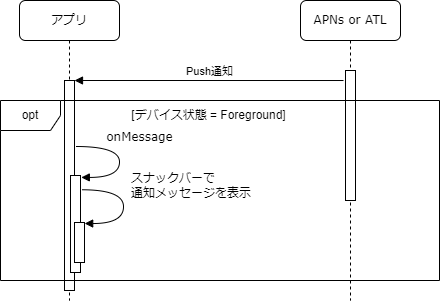
Earlier version of the draw.io export website/docs/react-native/santoku/application-architecture/push-notification/receive-push-notification.drawio.png (ws-4020/mobile-app-crib-notes). Source tidied: cells renumbered, new cells last; positions are measured from the earlier drawing's top-left corner, leaving out a move shared by most shapes.
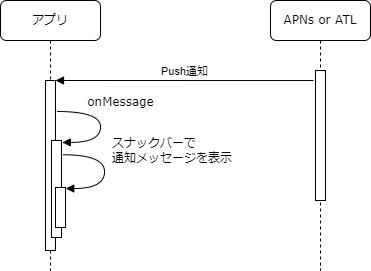
After the commit.

Diff of the diagram source:
```diff
@@ -3,37 +3,37 @@
     <mxCell id="0" />
     <mxCell id="1" parent="0" />
     <mxCell id="2" value="アプリ" style="shape=umlLifeline;perimeter=lifelinePerimeter;whiteSpace=wrap;html=1;rounded=1;shadow=0;comic=0;labelBackgroundColor=none;strokeWidth=1;fontFamily=Verdana;fontSize=12;align=center;" parent="1" vertex="1">
-      <mxGeometry x="19" width="100" height="300" as="geometry" />
+      <mxGeometry x="19" width="100" height="270" as="geometry" />
     </mxCell>
     <mxCell id="3" style="html=1;points=[];perimeter=orthogonalPerimeter;" parent="2" vertex="1">
-      <mxGeometry x="45" y="80" width="10" height="210" as="geometry" />
+      <mxGeometry x="45" y="80" width="10" height="170" as="geometry" />
     </mxCell>
     <mxCell id="4" style="html=1;points=[];perimeter=orthogonalPerimeter;rounded=0;shadow=0;comic=0;labelBackgroundColor=none;strokeWidth=1;fontFamily=Verdana;fontSize=12;align=center;" parent="2" vertex="1">
-      <mxGeometry x="51" y="175" width="10" height="97" as="geometry" />
+      <mxGeometry x="51" y="140" width="10" height="97" as="geometry" />
     </mxCell>
     <mxCell id="5" value="onMessage" style="html=1;verticalAlign=bottom;endArrow=block;labelBackgroundColor=none;fontFamily=Verdana;fontSize=12;elbow=vertical;edgeStyle=orthogonalEdgeStyle;curved=1;exitX=1.038;exitY=0.345;exitPerimeter=0;entryX=1.083;entryY=0.02;entryDx=0;entryDy=0;entryPerimeter=0;" parent="2" edge="1" target="4">
       <mxGeometry x="-0.22" y="20" relative="1" as="geometry">
-        <mxPoint x="56.4" y="146" as="sourcePoint" />
+        <mxPoint x="56.4" y="111" as="sourcePoint" />
         <Array as="points">
-          <mxPoint x="100" y="146" />
-          <mxPoint x="100" y="177" />
+          <mxPoint x="100" y="111" />
+          <mxPoint x="100" y="142" />
         </Array>
       </mxGeometry>
     </mxCell>
     <mxCell id="6" style="html=1;points=[];perimeter=orthogonalPerimeter;rounded=0;shadow=0;comic=0;labelBackgroundColor=none;strokeWidth=1;fontFamily=Verdana;fontSize=12;align=center;" parent="2" vertex="1">
-      <mxGeometry x="55" y="222" width="10" height="40" as="geometry" />
+      <mxGeometry x="55" y="187" width="10" height="40" as="geometry" />
     </mxCell>
     <mxCell id="7" value="スナックバーで&lt;br&gt;通知メッセージを表示" style="html=1;verticalAlign=bottom;endArrow=block;labelBackgroundColor=none;fontFamily=Verdana;fontSize=12;elbow=vertical;edgeStyle=orthogonalEdgeStyle;curved=1;exitX=1.127;exitY=0.147;exitPerimeter=0;entryX=1.02;entryY=0.015;entryDx=0;entryDy=0;entryPerimeter=0;exitDx=0;exitDy=0;align=left;" parent="2" edge="1" source="4" target="6">
       <mxGeometry x="-0.05" y="6" relative="1" as="geometry">
         <Array as="points">
-          <mxPoint x="104" y="189" />
-          <mxPoint x="104" y="223" />
-          <mxPoint x="65" y="223" />
+          <mxPoint x="104" y="154" />
+          <mxPoint x="104" y="188" />
+          <mxPoint x="65" y="188" />
         </Array>
       </mxGeometry>
     </mxCell>
     <mxCell id="8" value="APNs or ATL" style="shape=umlLifeline;perimeter=lifelinePerimeter;whiteSpace=wrap;html=1;rounded=1;shadow=0;comic=0;labelBackgroundColor=none;strokeWidth=1;fontFamily=Verdana;fontSize=12;align=center;" parent="1" vertex="1">
-      <mxGeometry x="300" width="100" height="300" as="geometry" />
+      <mxGeometry x="289" width="100" height="270" as="geometry" />
     </mxCell>
     <mxCell id="9" style="html=1;points=[];perimeter=orthogonalPerimeter;rounded=0;shadow=0;comic=0;labelBackgroundColor=none;strokeWidth=1;fontFamily=Verdana;fontSize=12;align=center;" parent="8" vertex="1">
       <mxGeometry x="45" y="70" width="10" height="130" as="geometry" />
@@ -41,11 +41,5 @@
     <mxCell id="10" value="Push通知" style="html=1;verticalAlign=bottom;endArrow=block;entryX=1;entryY=0;rounded=0;exitX=-0.2;exitY=0.077;exitDx=0;exitDy=0;exitPerimeter=0;" parent="1" edge="1" source="9" target="3">
       <mxGeometry relative="1" as="geometry" />
     </mxCell>
-    <mxCell id="11" value="[デバイス状態 = Foreground]" style="text;html=1;strokeColor=none;fillColor=none;align=center;verticalAlign=middle;whiteSpace=wrap;rounded=0;" parent="1" vertex="1">
-      <mxGeometry x="119" y="100" width="179" height="30" as="geometry" />
-    </mxCell>
-    <mxCell id="12" value="opt" style="shape=umlFrame;whiteSpace=wrap;html=1;" parent="1" vertex="1">
-      <mxGeometry y="100" width="439" height="180" as="geometry" />
-    </mxCell>
   </root>
 </mxGraphModel>
```
